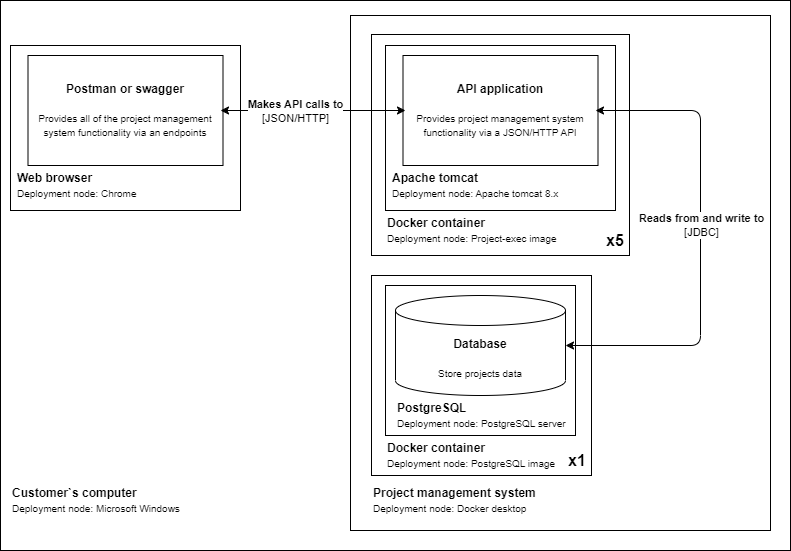
Above: doc/arch/deployment/deployment diagram.png in PavelNaymovets/project_management_system (draw.io), before the change. Source tidied: cells renumbered, new cells last; positions are measured from the earlier drawing's top-left corner, leaving out a move shared by most shapes.
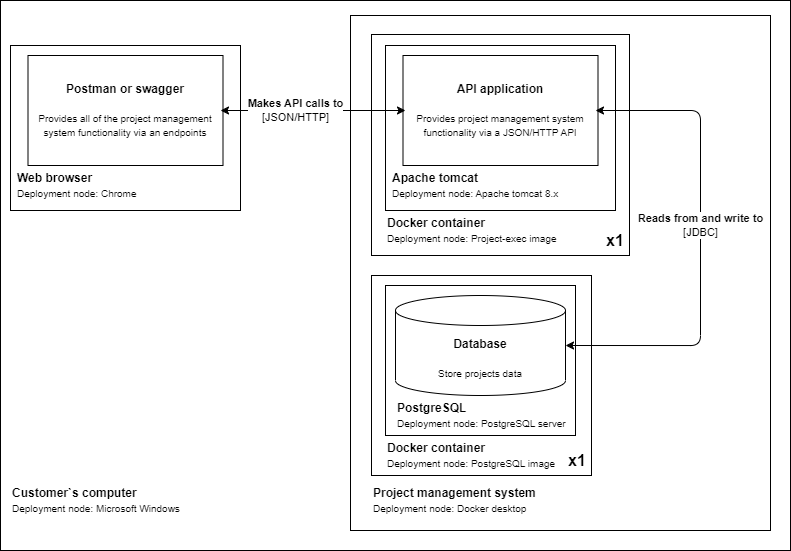
Above is the later version.

The edit, as a diff of the source:
```diff
@@ -41,7 +41,7 @@
     <mxCell id="14" value="&lt;span style=&quot;border-color: var(--border-color);&quot;&gt;&lt;b&gt;Docker container&lt;/b&gt;&lt;br&gt;&lt;font style=&quot;font-size: 10px;&quot;&gt;Deployment node: Project-exec image&lt;/font&gt;&lt;br&gt;&lt;/span&gt;" style="text;html=1;strokeColor=none;fillColor=none;align=left;verticalAlign=middle;whiteSpace=wrap;rounded=0;" parent="1" vertex="1">
       <mxGeometry x="385" y="210" width="180" height="40" as="geometry" />
     </mxCell>
-    <mxCell id="15" value="&lt;span style=&quot;border-color: var(--border-color);&quot;&gt;&lt;b&gt;&lt;font style=&quot;font-size: 16px;&quot;&gt;x5&lt;/font&gt;&lt;/b&gt;&lt;br&gt;&lt;/span&gt;" style="text;html=1;strokeColor=none;fillColor=none;align=left;verticalAlign=middle;whiteSpace=wrap;rounded=0;" parent="1" vertex="1">
+    <mxCell id="15" value="&lt;span style=&quot;border-color: var(--border-color);&quot;&gt;&lt;b&gt;&lt;font style=&quot;font-size: 16px;&quot;&gt;x1&lt;/font&gt;&lt;/b&gt;&lt;br&gt;&lt;/span&gt;" style="text;html=1;strokeColor=none;fillColor=none;align=left;verticalAlign=middle;whiteSpace=wrap;rounded=0;" parent="1" vertex="1">
       <mxGeometry x="604" y="225" width="25" height="30" as="geometry" />
     </mxCell>
     <mxCell id="16" value="&lt;font style=&quot;font-size: 10px;&quot;&gt;&lt;br&gt;&lt;/font&gt;" style="rounded=0;whiteSpace=wrap;html=1;" parent="1" vertex="1">
```
